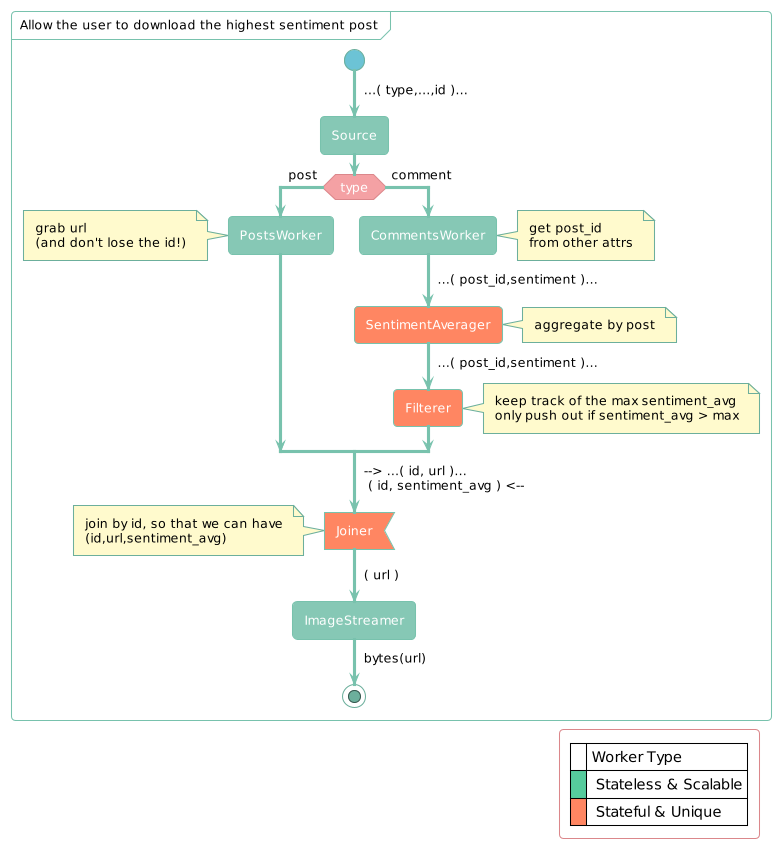
Earlier version of the PlantUML export TP2/informe/diagrams/avgsentiment.png (FdelMazo/7574-Distribuidos).
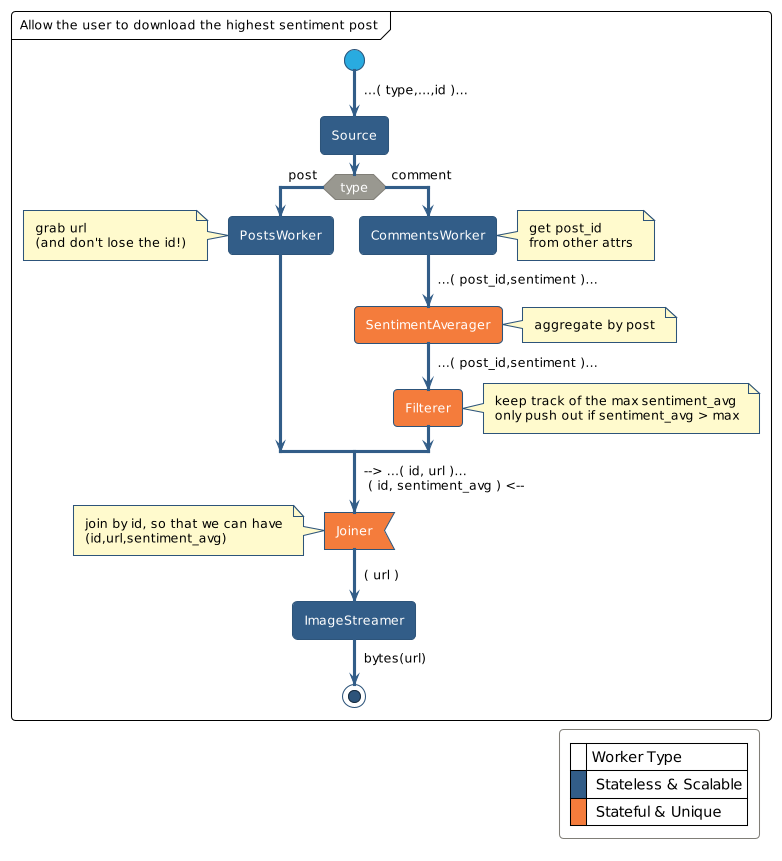
Above is the later version.

What changed in the source:
```diff
@@ -1,13 +1,14 @@
 @startuml
-!theme minty
+!theme sandstone
 
 skinparam PartitionFontColor black
+skinparam PartitionBorderColor black
+skinparam ArrowFontColor black
 skinparam LegendFontColor black
-skinparam ArrowFontColor black
+skinparam legendbackgroundcolor transparent
+skinparam ConditionEndStyle hline
 skinparam NoteBackgroundColor lemonchiffon
 skinparam NoteFontColor black
-skinparam legendbackgroundcolor transparent
-skinparam ConditionEndStyle hline
 
 partition "Allow the user to download the highest sentiment post" {
   start
@@ -26,19 +27,19 @@
       from other attrs
     endnote
     -> ...( post_id,sentiment )...;
-    #ff8662 :SentimentAverager;
+    #f47c3c :SentimentAverager;
     note right
       aggregate by post
     endnote
     -> ...( post_id,sentiment )...;
-    #ff8662 :Filterer;
+    #f47c3c :Filterer;
     note right
       keep track of the max sentiment_avg
       only push out if sentiment_avg > max
     endnote
   endif
   -> --> ...( id, url )... \n ( id, sentiment_avg ) <--;
-  #ff8662 :Joiner<
+  #f47c3c :Joiner<
     note left
       join by id, so that we can have
       (id,url,sentiment_avg)
@@ -50,8 +51,8 @@
 
   legend bottom right
       |= |Worker Type|
-      |<#56cc9d>| Stateless & Scalable|
-      |<#ff8662>| Stateful & Unique|
+      |<#325d88>| Stateless & Scalable|
+      |<#f47c3c>| Stateful & Unique|
   endlegend
 }
 
```
